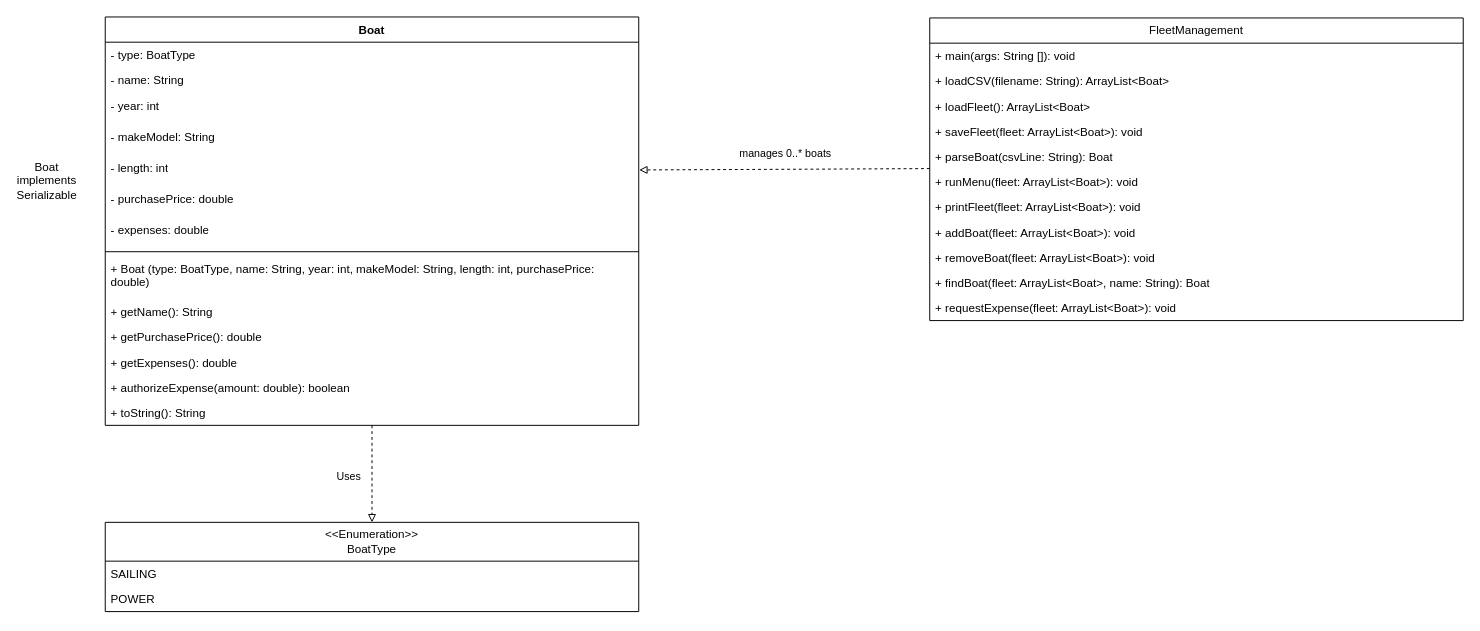
Before: docs/FleetManagement_UML.drawio in DavidV2303/CSC120-Fleet-Management, a draw.io diagram. Source tidied: cells renumbered, new cells numbered last; positions are measured from the earlier drawing's top-left corner, leaving out a move shared by most shapes. Both pictures are drawn from the tidied source at 97%, with x=0, y=0 at pixel (17, 16).
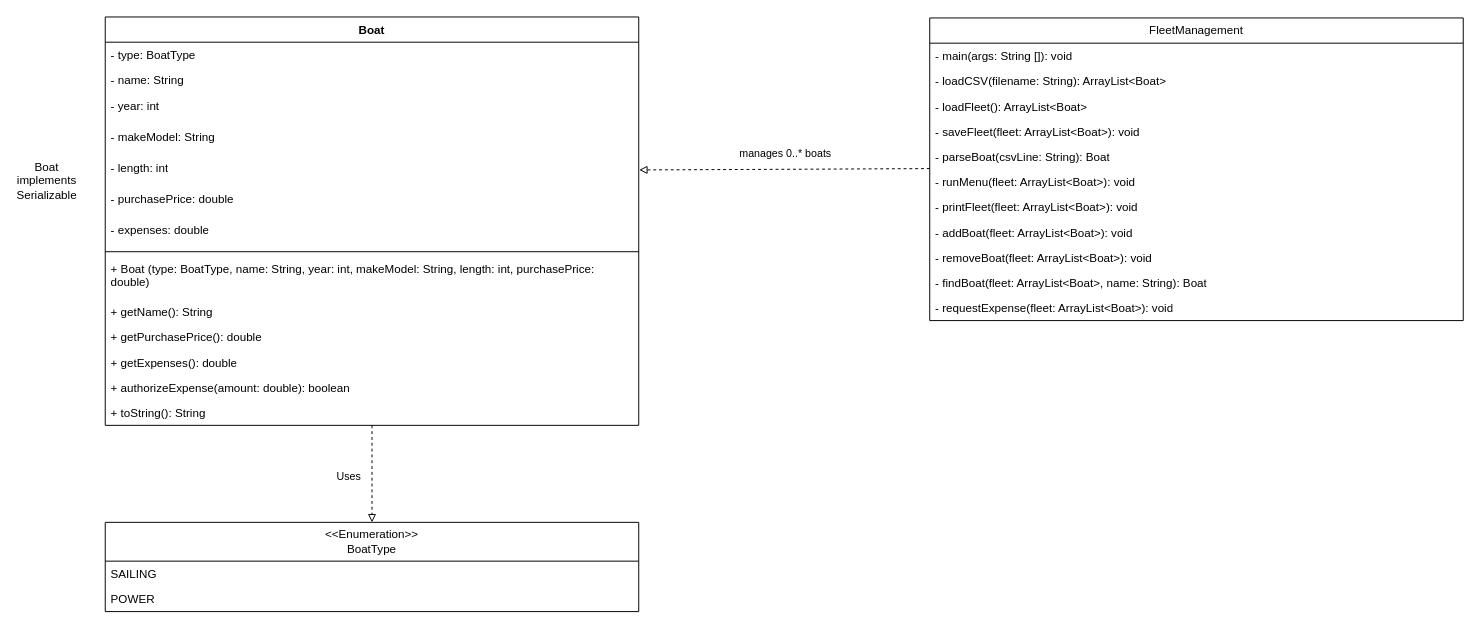
After the change.

The change refers to these unchanged cells:
```xml
<mxCell id="17" value="FleetManagement" style="swimlane;fontStyle=0;horizontal=1;startSize=26;fillColor=none;whiteSpace=wrap;html=1;newEdgeStyle=%7B%22edgeStyle%22%3A%22orthogonalEdgeStyle%22%2C%22rounded%22%3A%220%22%2C%22orthogonalLoop%22%3A%221%22%2C%22jettySize%22%3A%22auto%22%2C%22html%22%3A%221%22%2C%22defaultLabelBackgroundColor%22%3A%22page%22%7D;" parent="1" vertex="1">
  <mxGeometry x="940" y="1" width="550" height="312" as="geometry" />
</mxCell>
```

The edit, as a diff of the source:
```diff
@@
-    <mxCell id="18" value="+ main(args: String []): void" style="text;strokeColor=none;fillColor=none;align=left;verticalAlign=top;spacingLeft=4;spacingRight=4;overflow=hidden;whiteSpace=wrap;html=1;" parent="17" vertex="1">
+    <mxCell id="18" value="- main(args: String []): void" style="text;strokeColor=none;fillColor=none;align=left;verticalAlign=top;spacingLeft=4;spacingRight=4;overflow=hidden;whiteSpace=wrap;html=1;" parent="17" vertex="1">
       <mxGeometry y="26" width="550" height="26" as="geometry" />
     </mxCell>
-    <mxCell id="19" value="+ loadCSV(filename: String): ArrayList&amp;lt;Boat&amp;gt;" style="text;strokeColor=none;fillColor=none;align=left;verticalAlign=top;spacingLeft=4;spacingRight=4;overflow=hidden;whiteSpace=wrap;html=1;" parent="17" vertex="1">
+    <mxCell id="19" value="- loadCSV(filename: String): ArrayList&amp;lt;Boat&amp;gt;" style="text;strokeColor=none;fillColor=none;align=left;verticalAlign=top;spacingLeft=4;spacingRight=4;overflow=hidden;whiteSpace=wrap;html=1;" parent="17" vertex="1">
       <mxGeometry y="52" width="550" height="26" as="geometry" />
     </mxCell>
-    <mxCell id="20" value="+ loadFleet(): ArrayList&amp;lt;Boat&amp;gt;" style="text;strokeColor=none;fillColor=none;align=left;verticalAlign=top;spacingLeft=4;spacingRight=4;overflow=hidden;whiteSpace=wrap;html=1;" parent="17" vertex="1">
+    <mxCell id="20" value="- loadFleet(): ArrayList&amp;lt;Boat&amp;gt;" style="text;strokeColor=none;fillColor=none;align=left;verticalAlign=top;spacingLeft=4;spacingRight=4;overflow=hidden;whiteSpace=wrap;html=1;" parent="17" vertex="1">
       <mxGeometry y="78" width="550" height="26" as="geometry" />
     </mxCell>
-    <mxCell id="21" value="+ saveFleet(fleet: ArrayList&amp;lt;Boat&amp;gt;): void" style="text;strokeColor=none;fillColor=none;align=left;verticalAlign=top;spacingLeft=4;spacingRight=4;overflow=hidden;whiteSpace=wrap;html=1;" parent="17" vertex="1">
+    <mxCell id="21" value="- saveFleet(fleet: ArrayList&amp;lt;Boat&amp;gt;): void" style="text;strokeColor=none;fillColor=none;align=left;verticalAlign=top;spacingLeft=4;spacingRight=4;overflow=hidden;whiteSpace=wrap;html=1;" parent="17" vertex="1">
       <mxGeometry y="104" width="550" height="26" as="geometry" />
     </mxCell>
-    <mxCell id="22" value="+ parseBoat(csvLine: String): Boat" style="text;strokeColor=none;fillColor=none;align=left;verticalAlign=top;spacingLeft=4;spacingRight=4;overflow=hidden;whiteSpace=wrap;html=1;" parent="17" vertex="1">
+    <mxCell id="22" value="- parseBoat(csvLine: String): Boat" style="text;strokeColor=none;fillColor=none;align=left;verticalAlign=top;spacingLeft=4;spacingRight=4;overflow=hidden;whiteSpace=wrap;html=1;" parent="17" vertex="1">
       <mxGeometry y="130" width="550" height="26" as="geometry" />
     </mxCell>
-    <mxCell id="23" value="+ runMenu(fleet: ArrayList&amp;lt;Boat&amp;gt;): void" style="text;strokeColor=none;fillColor=none;align=left;verticalAlign=top;spacingLeft=4;spacingRight=4;overflow=hidden;whiteSpace=wrap;html=1;" parent="17" vertex="1">
+    <mxCell id="23" value="- runMenu(fleet: ArrayList&amp;lt;Boat&amp;gt;): void" style="text;strokeColor=none;fillColor=none;align=left;verticalAlign=top;spacingLeft=4;spacingRight=4;overflow=hidden;whiteSpace=wrap;html=1;" parent="17" vertex="1">
       <mxGeometry y="156" width="550" height="26" as="geometry" />
     </mxCell>
-    <mxCell id="24" value="+ printFleet(fleet: ArrayList&amp;lt;Boat&amp;gt;): void" style="text;strokeColor=none;fillColor=none;align=left;verticalAlign=top;spacingLeft=4;spacingRight=4;overflow=hidden;whiteSpace=wrap;html=1;" parent="17" vertex="1">
+    <mxCell id="24" value="- printFleet(fleet: ArrayList&amp;lt;Boat&amp;gt;): void" style="text;strokeColor=none;fillColor=none;align=left;verticalAlign=top;spacingLeft=4;spacingRight=4;overflow=hidden;whiteSpace=wrap;html=1;" parent="17" vertex="1">
       <mxGeometry y="182" width="550" height="26" as="geometry" />
     </mxCell>
-    <mxCell id="25" value="+ addBoat(fleet: ArrayList&amp;lt;Boat&amp;gt;): void" style="text;strokeColor=none;fillColor=none;align=left;verticalAlign=top;spacingLeft=4;spacingRight=4;overflow=hidden;whiteSpace=wrap;html=1;" parent="17" vertex="1">
+    <mxCell id="25" value="- addBoat(fleet: ArrayList&amp;lt;Boat&amp;gt;): void" style="text;strokeColor=none;fillColor=none;align=left;verticalAlign=top;spacingLeft=4;spacingRight=4;overflow=hidden;whiteSpace=wrap;html=1;" parent="17" vertex="1">
       <mxGeometry y="208" width="550" height="26" as="geometry" />
     </mxCell>
-    <mxCell id="26" value="+ removeBoat(fleet: ArrayList&amp;lt;Boat&amp;gt;): void" style="text;strokeColor=none;fillColor=none;align=left;verticalAlign=top;spacingLeft=4;spacingRight=4;overflow=hidden;whiteSpace=wrap;html=1;" parent="17" vertex="1">
+    <mxCell id="26" value="- removeBoat(fleet: ArrayList&amp;lt;Boat&amp;gt;): void" style="text;strokeColor=none;fillColor=none;align=left;verticalAlign=top;spacingLeft=4;spacingRight=4;overflow=hidden;whiteSpace=wrap;html=1;" parent="17" vertex="1">
       <mxGeometry y="234" width="550" height="26" as="geometry" />
     </mxCell>
-    <mxCell id="27" value="+ findBoat(fleet: ArrayList&amp;lt;Boat&amp;gt;, name: String): Boat" style="text;strokeColor=none;fillColor=none;align=left;verticalAlign=top;spacingLeft=4;spacingRight=4;overflow=hidden;whiteSpace=wrap;html=1;" parent="17" vertex="1">
+    <mxCell id="27" value="- findBoat(fleet: ArrayList&amp;lt;Boat&amp;gt;, name: String): Boat" style="text;strokeColor=none;fillColor=none;align=left;verticalAlign=top;spacingLeft=4;spacingRight=4;overflow=hidden;whiteSpace=wrap;html=1;" parent="17" vertex="1">
       <mxGeometry y="260" width="550" height="26" as="geometry" />
     </mxCell>
-    <mxCell id="28" value="+ requestExpense(fleet: ArrayList&amp;lt;Boat&amp;gt;): void" style="text;strokeColor=none;fillColor=none;align=left;verticalAlign=top;spacingLeft=4;spacingRight=4;overflow=hidden;whiteSpace=wrap;html=1;" parent="17" vertex="1">
+    <mxCell id="28" value="- requestExpense(fleet: ArrayList&amp;lt;Boat&amp;gt;): void" style="text;strokeColor=none;fillColor=none;align=left;verticalAlign=top;spacingLeft=4;spacingRight=4;overflow=hidden;whiteSpace=wrap;html=1;" parent="17" vertex="1">
       <mxGeometry y="286" width="550" height="26" as="geometry" />
     </mxCell>
```
